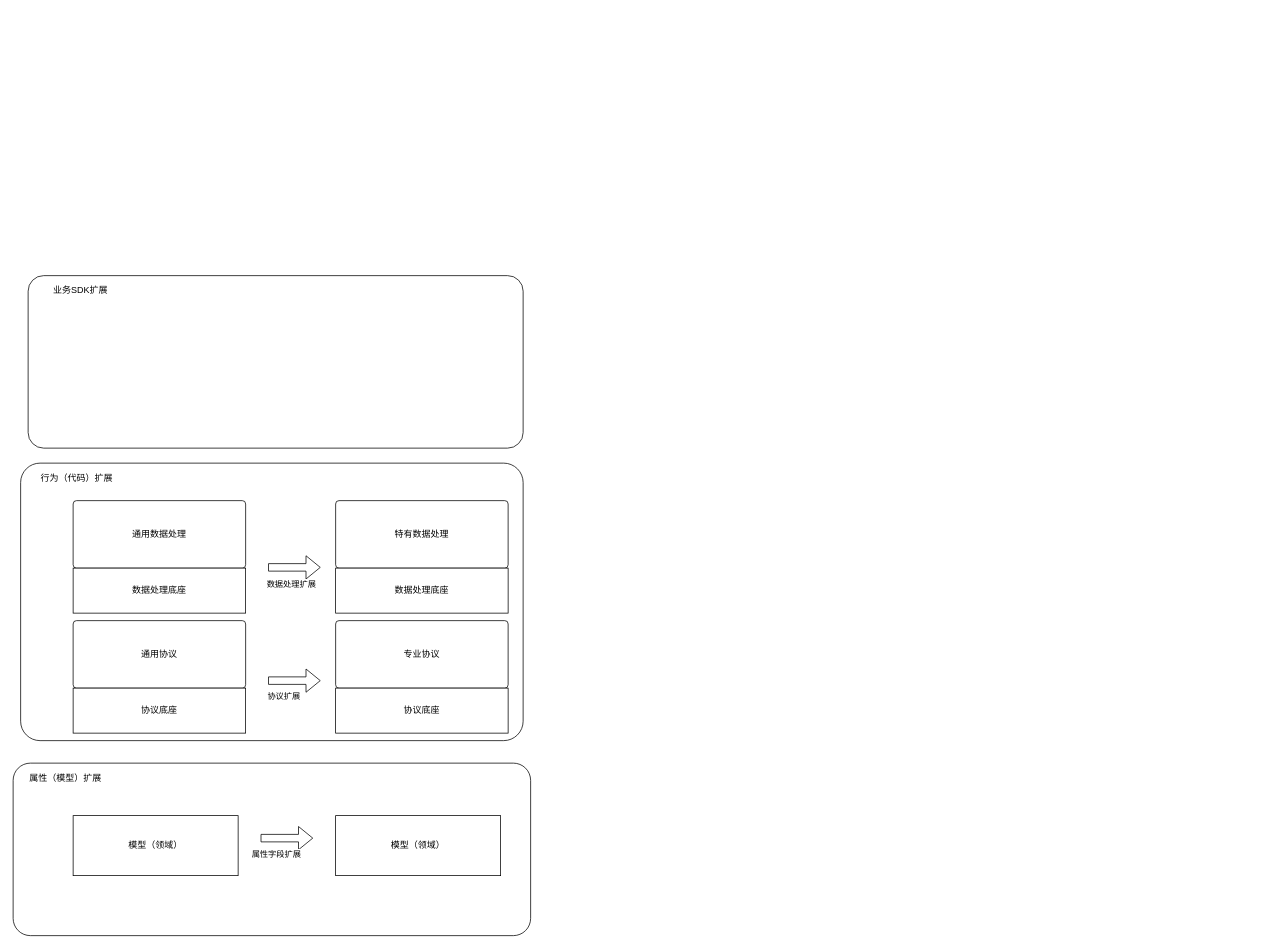
This is 架构图.drawio from suqcnn/12306, a draw.io file, before an edit. Source tidied: cells renumbered, new cells numbered last; positions are measured from the earlier drawing's top-left corner, leaving out a move shared by most shapes. Both pictures are drawn from the tidied source at 75%, with x=0, y=0 at pixel (13, 275).
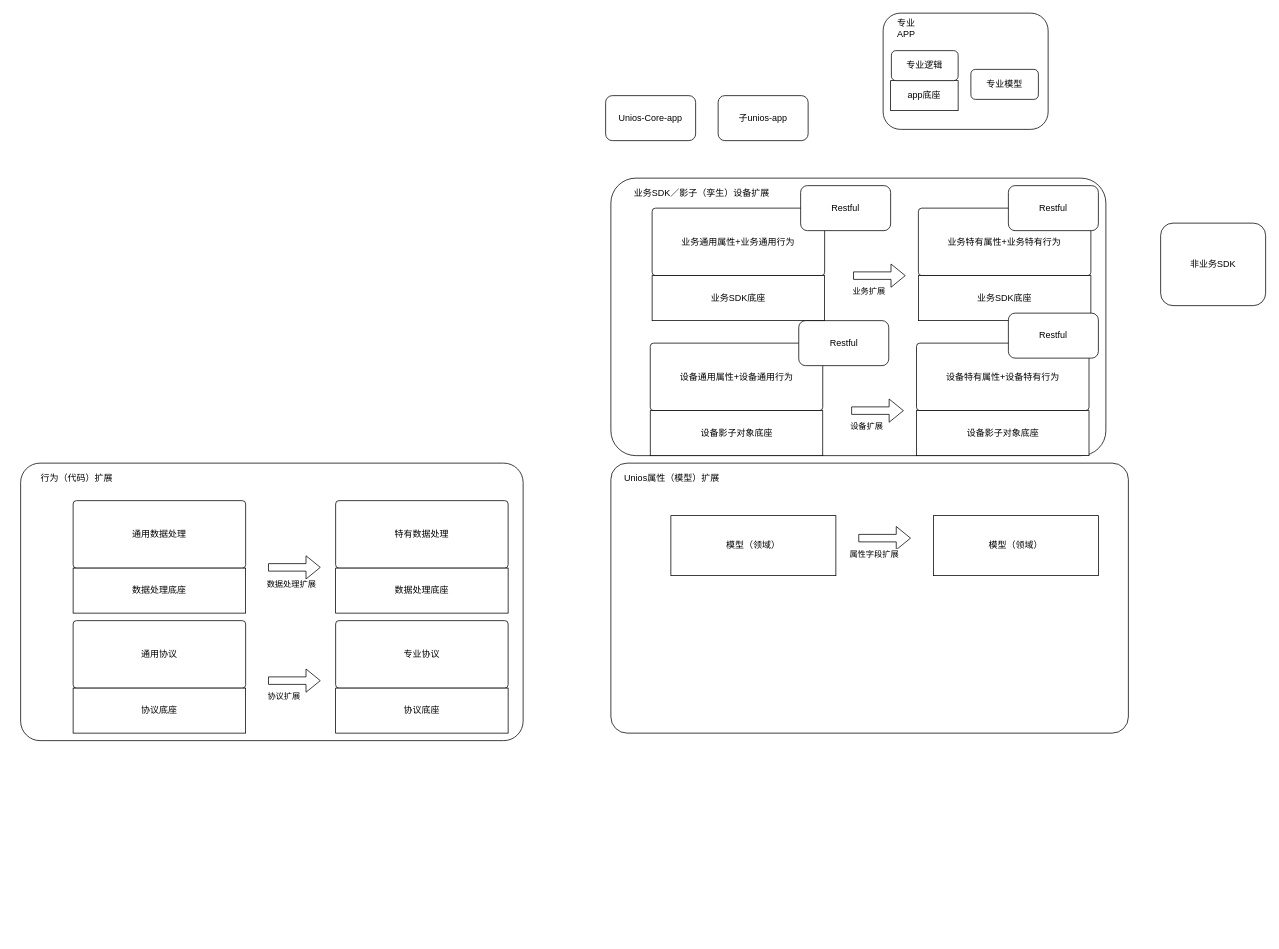
The same diagram, later.

Commit message:
更新架构图.drawio

Diff of the diagram source:
```diff
@@
-    <mxCell id="16" style="rounded=1;whiteSpace=wrap;html=1;arcSize=10;" parent="1" vertex="1">
-      <mxGeometry y="650" width="690" height="230" as="geometry" />
+    <mxCell id="16" style="rounded=1;whiteSpace=wrap;html=1;arcSize=6;" parent="1" vertex="1">
+      <mxGeometry x="797" y="250" width="690" height="360" as="geometry" />
     </mxCell>
     <mxCell id="17" value="模型（领域）" style="rounded=0;whiteSpace=wrap;html=1;" parent="1" vertex="1">
-      <mxGeometry x="80" y="720" width="220" height="80" as="geometry" />
+      <mxGeometry x="877" y="320" width="220" height="80" as="geometry" />
     </mxCell>
     <mxCell id="18" value="模型（领域）" style="rounded=0;whiteSpace=wrap;html=1;" parent="1" vertex="1">
-      <mxGeometry x="430" y="720" width="220" height="80" as="geometry" />
+      <mxGeometry x="1227" y="320" width="220" height="80" as="geometry" />
     </mxCell>
     <mxCell id="19" style="shape=flexArrow;endArrow=classic;html=1;" parent="1" edge="1">
       <mxGeometry relative="1" as="geometry">
-        <mxPoint x="330" y="750" as="sourcePoint" />
-        <mxPoint x="400" y="750" as="targetPoint" />
+        <mxPoint x="1127" y="350" as="sourcePoint" />
+        <mxPoint x="1197" y="350" as="targetPoint" />
       </mxGeometry>
     </mxCell>
@@
-    <mxCell id="21" value="属性（模型）扩展" style="text;html=1;strokeColor=none;fillColor=none;align=center;verticalAlign=middle;whiteSpace=wrap;rounded=0;" parent="1" vertex="1">
-      <mxGeometry x="10" y="660" width="120" height="20" as="geometry" />
+    <mxCell id="21" value="Unios属性（模型）扩展" style="text;html=1;strokeColor=none;fillColor=none;align=center;verticalAlign=middle;whiteSpace=wrap;rounded=0;" parent="1" vertex="1">
+      <mxGeometry x="807" y="260" width="143" height="20" as="geometry" />
     </mxCell>
     <mxCell id="22" style="rounded=1;whiteSpace=wrap;html=1;arcSize=9;" parent="1" vertex="1">
-      <mxGeometry x="20" width="660" height="230" as="geometry" />
+      <mxGeometry x="797" y="-130" width="660" height="370" as="geometry" />
     </mxCell>
-    <mxCell id="23" value="业务SDK扩展" style="text;html=1;strokeColor=none;fillColor=none;align=center;verticalAlign=middle;whiteSpace=wrap;rounded=0;" parent="1" vertex="1">
-      <mxGeometry x="40" y="10" width="100" height="20" as="geometry" />
+    <mxCell id="23" value="业务SDK／影子（孪生）设备扩展" style="text;html=1;strokeColor=none;fillColor=none;align=center;verticalAlign=middle;whiteSpace=wrap;rounded=0;" parent="1" vertex="1">
+      <mxGeometry x="817" y="-120" width="203" height="20" as="geometry" />
     </mxCell>
+    <mxCell id="24" value="业务通用属性+业务通用行为" style="rounded=1;whiteSpace=wrap;html=1;arcSize=5;" parent="1" vertex="1">
+      <mxGeometry x="852" y="-90" width="230" height="90" as="geometry" />
+    </mxCell>
+    <mxCell id="25" value="业务SDK底座" style="rounded=0;whiteSpace=wrap;html=1;" parent="1" vertex="1">
+      <mxGeometry x="852" width="230" height="60" as="geometry" />
+    </mxCell>
+    <mxCell id="26" value="业务特有属性+业务特有行为" style="rounded=1;whiteSpace=wrap;html=1;arcSize=5;" parent="1" vertex="1">
+      <mxGeometry x="1207" y="-90" width="230" height="90" as="geometry" />
+    </mxCell>
+    <mxCell id="27" value="业务SDK底座" style="rounded=0;whiteSpace=wrap;html=1;" parent="1" vertex="1">
+      <mxGeometry x="1207" width="230" height="60" as="geometry" />
+    </mxCell>
+    <mxCell id="28" value="非业务SDK" style="rounded=1;whiteSpace=wrap;html=1;" parent="1" vertex="1">
+      <mxGeometry x="1530" y="-70" width="140" height="110" as="geometry" />
+    </mxCell>
+    <mxCell id="29" value="Unios-Core-app" style="rounded=1;whiteSpace=wrap;html=1;" parent="1" vertex="1">
+      <mxGeometry x="790" y="-240" width="120" height="60" as="geometry" />
+    </mxCell>
+    <mxCell id="30" value="子unios-app" style="rounded=1;whiteSpace=wrap;html=1;" parent="1" vertex="1">
+      <mxGeometry x="940" y="-240" width="120" height="60" as="geometry" />
+    </mxCell>
+    <mxCell id="31" style="rounded=1;whiteSpace=wrap;html=1;" parent="1" vertex="1">
+      <mxGeometry x="1160" y="-350" width="220" height="155" as="geometry" />
+    </mxCell>
+    <mxCell id="32" value="Restful" style="rounded=1;whiteSpace=wrap;html=1;" parent="1" vertex="1">
+      <mxGeometry x="1050" y="-120" width="120" height="60" as="geometry" />
+    </mxCell>
+    <mxCell id="33" style="shape=flexArrow;endArrow=classic;html=1;" parent="1" edge="1">
+      <mxGeometry relative="1" as="geometry">
+        <mxPoint x="1120" as="sourcePoint" />
+        <mxPoint x="1190" as="targetPoint" />
+      </mxGeometry>
+    </mxCell>
+    <mxCell id="34" value="业务扩展" style="edgeLabel;html=1;align=center;verticalAlign=middle;" parent="33" vertex="1">
+      <mxGeometry x="0.2" y="4" relative="1" as="geometry">
+        <mxPoint x="-22" y="24" as="offset" />
+      </mxGeometry>
+    </mxCell>
+    <mxCell id="35" value="设备通用属性+设备通用行为" style="rounded=1;whiteSpace=wrap;html=1;arcSize=5;" parent="1" vertex="1">
+      <mxGeometry x="849.5" y="90" width="230" height="90" as="geometry" />
+    </mxCell>
+    <mxCell id="36" value="设备影子对象底座" style="rounded=0;whiteSpace=wrap;html=1;" parent="1" vertex="1">
+      <mxGeometry x="849.5" y="180" width="230" height="60" as="geometry" />
+    </mxCell>
+    <mxCell id="37" value="设备特有属性+设备特有行为" style="rounded=1;whiteSpace=wrap;html=1;arcSize=5;" parent="1" vertex="1">
+      <mxGeometry x="1204.5" y="90" width="230" height="90" as="geometry" />
+    </mxCell>
+    <mxCell id="38" value="设备影子对象底座" style="rounded=0;whiteSpace=wrap;html=1;" parent="1" vertex="1">
+      <mxGeometry x="1204.5" y="180" width="230" height="60" as="geometry" />
+    </mxCell>
+    <mxCell id="39" value="Restful" style="rounded=1;whiteSpace=wrap;html=1;" parent="1" vertex="1">
+      <mxGeometry x="1047.5" y="60" width="120" height="60" as="geometry" />
+    </mxCell>
+    <mxCell id="40" style="shape=flexArrow;endArrow=classic;html=1;" parent="1" edge="1">
+      <mxGeometry relative="1" as="geometry">
+        <mxPoint x="1117.5" y="180" as="sourcePoint" />
+        <mxPoint x="1187.5" y="180" as="targetPoint" />
+      </mxGeometry>
+    </mxCell>
+    <mxCell id="41" value="设备扩展" style="edgeLabel;html=1;align=center;verticalAlign=middle;" parent="40" vertex="1">
+      <mxGeometry x="0.2" y="4" relative="1" as="geometry">
+        <mxPoint x="-22" y="24" as="offset" />
+      </mxGeometry>
+    </mxCell>
+    <mxCell id="42" value="Restful" style="rounded=1;whiteSpace=wrap;html=1;" parent="1" vertex="1">
+      <mxGeometry x="1327" y="50" width="120" height="60" as="geometry" />
+    </mxCell>
+    <mxCell id="43" value="Restful" style="rounded=1;whiteSpace=wrap;html=1;" parent="1" vertex="1">
+      <mxGeometry x="1327" y="-120" width="120" height="60" as="geometry" />
+    </mxCell>
+    <mxCell id="44" value="专业APP" style="text;html=1;strokeColor=none;fillColor=none;align=center;verticalAlign=middle;whiteSpace=wrap;rounded=0;" parent="1" vertex="1">
+      <mxGeometry x="1171" y="-340" width="40" height="20" as="geometry" />
+    </mxCell>
+    <mxCell id="45" value="app底座" style="rounded=0;whiteSpace=wrap;html=1;" parent="1" vertex="1">
+      <mxGeometry x="1170" y="-260" width="90" height="40" as="geometry" />
+    </mxCell>
+    <mxCell id="46" value="专业逻辑" style="rounded=1;whiteSpace=wrap;html=1;" parent="1" vertex="1">
+      <mxGeometry x="1171" y="-300" width="89" height="40" as="geometry" />
+    </mxCell>
+    <mxCell id="47" value="专业模型" style="rounded=1;whiteSpace=wrap;html=1;" parent="1" vertex="1">
+      <mxGeometry x="1277" y="-275" width="90" height="40" as="geometry" />
+    </mxCell>
```
